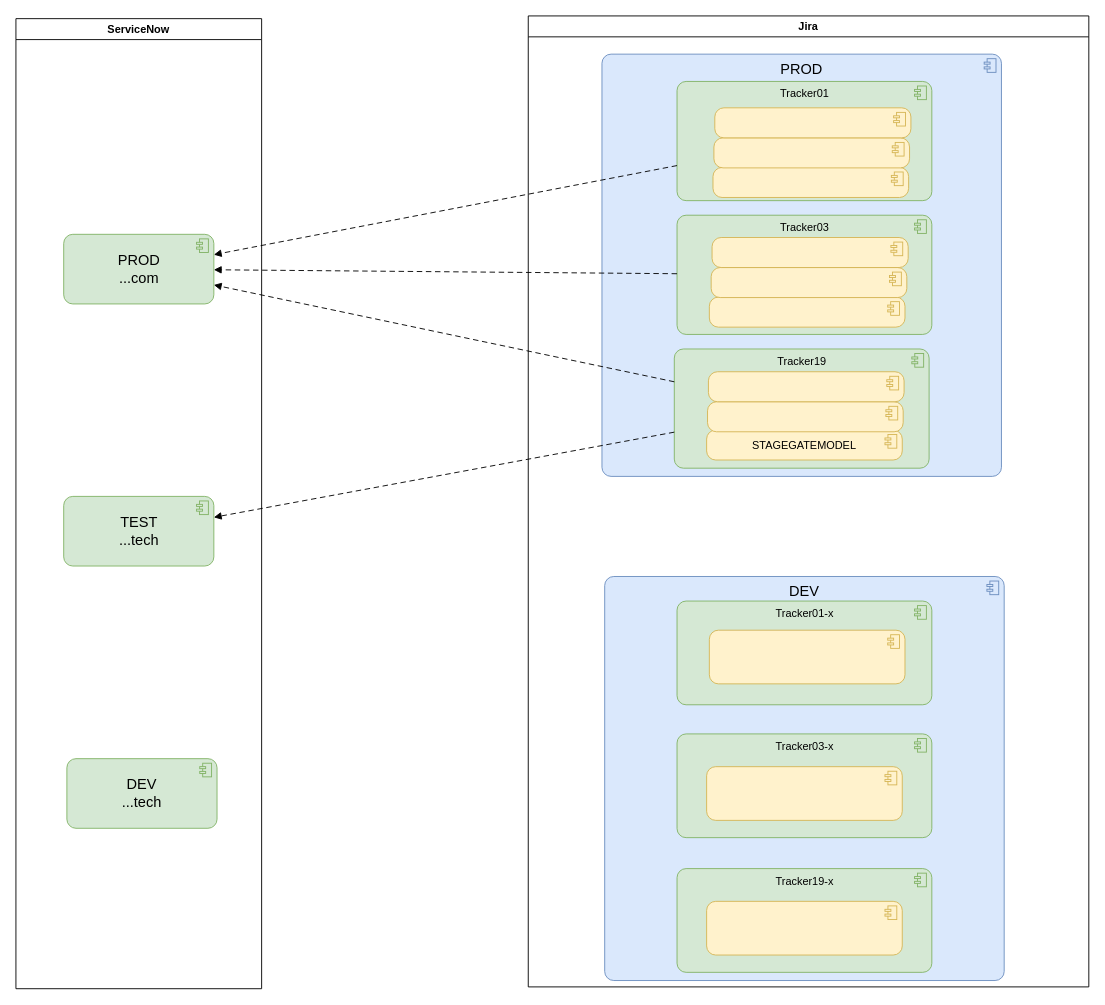
Earlier version of the draw.io diagram page "WebHooks" (4 of 18) of Bosch.drawio (algimas/tmp). Source tidied: cells renumbered, new cells numbered last; positions are measured from the earlier drawing's top-left corner, leaving out a move shared by most shapes. Both pictures are drawn from the tidied source at 91%, with x=0, y=0 at pixel (15, 15).
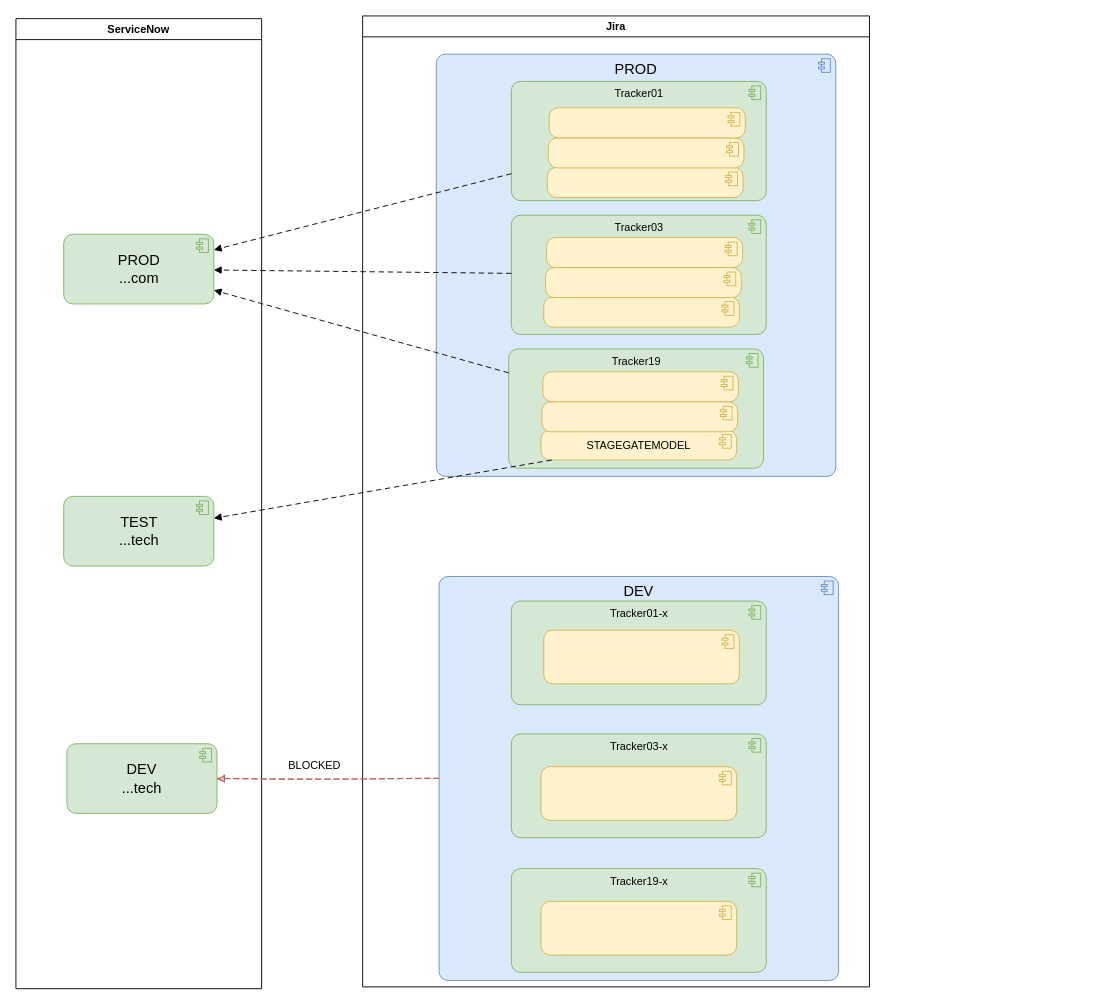
Above is the later version.

Unchanged cells that the change refers to:
```xml
<mxCell id="2" value="ServiceNow" style="swimlane;" parent="1" vertex="1">
  <mxGeometry y="3" width="270" height="1066" as="geometry" />
</mxCell>
<mxCell id="3" value="PROD&lt;div&gt;...com&lt;/div&gt;" style="html=1;outlineConnect=0;whiteSpace=wrap;fillColor=#d5e8d4;shape=mxgraph.archimate3.application;appType=comp;archiType=rounded;strokeColor=#82b366;verticalAlign=middle;fontStyle=0;fontSize=16;" parent="2" vertex="1">
  <mxGeometry x="52.5" y="237" width="165" height="76.5" as="geometry" />
</mxCell>
<mxCell id="4" value="TEST&lt;div&gt;...tech&lt;/div&gt;" style="html=1;outlineConnect=0;whiteSpace=wrap;fillColor=#d5e8d4;shape=mxgraph.archimate3.application;appType=comp;archiType=rounded;strokeColor=#82b366;verticalAlign=middle;fontStyle=0;fontSize=16;" parent="2" vertex="1">
  <mxGeometry x="52.5" y="525" width="165" height="76.5" as="geometry" />
</mxCell>
<mxCell id="8" value="Tracker19" style="html=1;outlineConnect=0;whiteSpace=wrap;fillColor=#d5e8d4;shape=mxgraph.archimate3.application;appType=comp;archiType=rounded;strokeColor=#82b366;verticalAlign=top;fontStyle=0;fontSize=12;" parent="6" vertex="1">
  <mxGeometry x="160.5" y="366" width="280" height="131" as="geometry" />
</mxCell>
<mxCell id="9" value="STAGEGATEMODEL" style="html=1;outlineConnect=0;whiteSpace=wrap;fillColor=#fff2cc;shape=mxgraph.archimate3.application;appType=comp;archiType=rounded;strokeColor=#d6b656;verticalAlign=middle;fontStyle=0;fontSize=12;" parent="6" vertex="1">
  <mxGeometry x="196" y="455" width="215" height="33" as="geometry" />
</mxCell>
<mxCell id="10" value="DEV" style="html=1;outlineConnect=0;whiteSpace=wrap;fillColor=#dae8fc;shape=mxgraph.archimate3.application;appType=comp;archiType=rounded;strokeColor=#6c8ebf;verticalAlign=top;fontStyle=0;fontSize=16;" parent="6" vertex="1">
  <mxGeometry x="84" y="616" width="439" height="444" as="geometry" />
</mxCell>
```

Diff of the diagram source:
```diff
@@
     <mxCell id="5" value="DEV&lt;div&gt;...tech&lt;/div&gt;" style="html=1;outlineConnect=0;whiteSpace=wrap;fillColor=#d5e8d4;shape=mxgraph.archimate3.application;appType=comp;archiType=rounded;strokeColor=#82b366;verticalAlign=middle;fontStyle=0;fontSize=16;" parent="2" vertex="1">
-      <mxGeometry x="56" y="813.2" width="165" height="76.5" as="geometry" />
+      <mxGeometry x="56" y="796.8" width="165" height="76.5" as="geometry" />
     </mxCell>
     <mxCell id="6" value="Jira" style="swimlane;" parent="1" vertex="1">
-      <mxGeometry x="563" width="616" height="1067" as="geometry" />
+      <mxGeometry x="381" width="557" height="1067" as="geometry" />
     </mxCell>
@@
-    <mxCell id="27" style="html=1;endArrow=block;dashed=1;elbow=vertical;endFill=1;dashPattern=6 4;rounded=0;fontSize=12;fontStyle=0;" parent="1" edge="1" source="8" target="4">
+    <mxCell id="27" style="html=1;endArrow=block;dashed=1;elbow=vertical;endFill=1;dashPattern=6 4;rounded=0;fontSize=12;fontStyle=0;" parent="1" edge="1" source="9" target="4">
       <mxGeometry relative="1" as="geometry" />
     </mxCell>
-    <mxCell id="28" style="html=1;endArrow=block;dashed=1;endFill=1;dashPattern=6 4;rounded=0;fontSize=12;fontStyle=0;" parent="1" edge="1" source="8" target="3">
+    <mxCell id="28" style="html=1;endArrow=block;dashed=1;endFill=1;dashPattern=6 4;rounded=0;fontSize=12;fontStyle=0;elbow=vertical;" parent="1" edge="1" source="8" target="3">
       <mxGeometry relative="1" as="geometry" />
     </mxCell>
@@
+    <mxCell id="31" value="BLOCKED" style="html=1;endArrow=block;dashed=1;elbow=vertical;endFill=1;dashPattern=6 4;rounded=0;fontSize=12;fontStyle=0;fillColor=#f8cecc;strokeColor=#b85450;curved=1;sketch=1;curveFitting=1;jiggle=2;shadow=0;" parent="1" edge="1" source="10" target="5">
+      <mxGeometry x="0.12" y="-14" relative="1" as="geometry" />
+    </mxCell>
```
